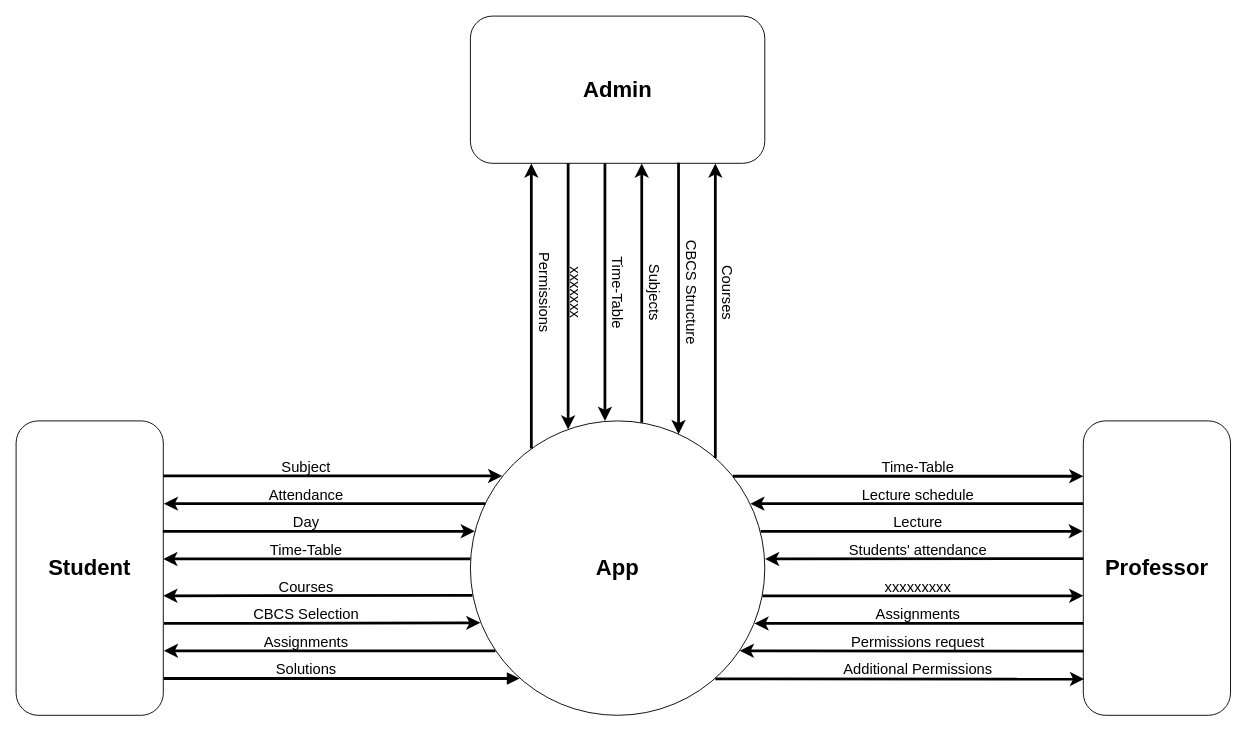
Above: page "DFD_Level_0" (6 of 6) of miscellaneous/revamp.drawio in Epic-ERP/media (draw.io), before the change. Source tidied: cells renumbered, new cells numbered last; positions are measured from the earlier drawing's top-left corner, leaving out a move shared by most shapes. Both pictures are drawn from the tidied source at 92%, with x=0, y=0 at pixel (16, 16).
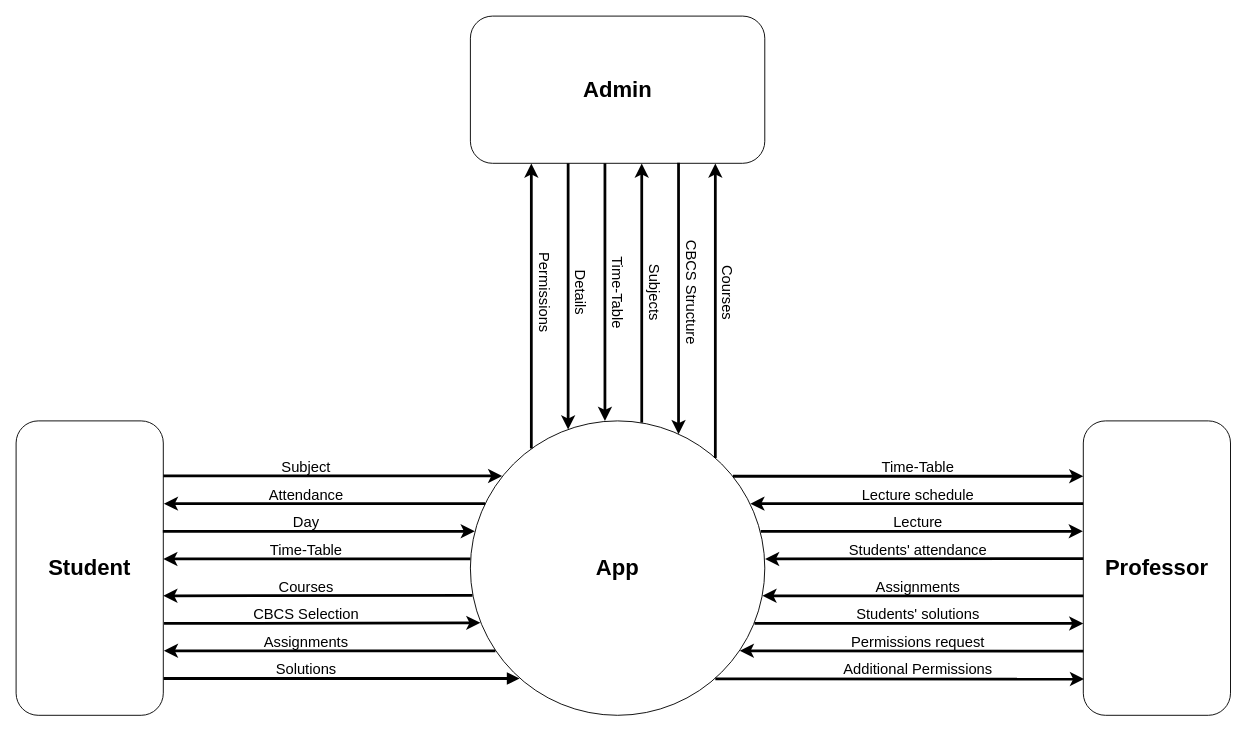
The same diagram, later.

The change refers to these unchanged cells:
```xml
<mxCell id="3" value="&lt;font style=&quot;font-size: 24px&quot;&gt;&lt;b&gt;Professor&lt;/b&gt;&lt;/font&gt;" style="rounded=1;whiteSpace=wrap;html=1;direction=south;" parent="1" vertex="1">
  <mxGeometry x="1160" y="440" width="160" height="320" as="geometry" />
</mxCell>
<mxCell id="6" value="&lt;b&gt;&lt;font style=&quot;font-size: 24px&quot;&gt;App&lt;/font&gt;&lt;/b&gt;" style="ellipse;whiteSpace=wrap;html=1;" parent="1" vertex="1">
  <mxGeometry x="493.8" y="440" width="320" height="320" as="geometry" />
</mxCell>
```

The edit, as a diff of the source:
```diff
@@
-    <mxCell id="22" style="endArrow=classic;html=1;entryX=0.594;entryY=1;entryDx=0;entryDy=0;entryPerimeter=0;exitX=0.992;exitY=0.594;exitDx=0;exitDy=0;exitPerimeter=0;strokeWidth=3;" parent="1" edge="1" source="6" target="3">
+    <mxCell id="22" style="endArrow=classic;html=1;entryX=0.992;entryY=0.594;entryDx=0;entryDy=0;entryPerimeter=0;exitX=0.594;exitY=1;exitDx=0;exitDy=0;exitPerimeter=0;strokeWidth=3;" parent="1" edge="1" source="3" target="6">
       <mxGeometry relative="1" as="geometry" />
     </mxCell>
@@
-    <mxCell id="24" style="endArrow=classic;html=1;entryX=0.965;entryY=0.688;entryDx=0;entryDy=0;entryPerimeter=0;exitX=0.688;exitY=1;exitDx=0;exitDy=0;exitPerimeter=0;strokeWidth=3;" parent="1" edge="1" source="3" target="6">
+    <mxCell id="24" style="endArrow=classic;html=1;entryX=0.688;entryY=1;entryDx=0;entryDy=0;entryPerimeter=0;exitX=0.965;exitY=0.688;exitDx=0;exitDy=0;exitPerimeter=0;strokeWidth=3;" parent="1" edge="1" source="6" target="3">
       <mxGeometry relative="1" as="geometry" />
     </mxCell>
@@
     <mxCell id="42" value="&lt;font style=&quot;font-size: 16px&quot;&gt;Assignments&lt;/font&gt;" style="text;html=1;align=center;verticalAlign=middle;" parent="1" vertex="1">
-      <mxGeometry x="925" y="640" width="110" height="20" as="geometry" />
+      <mxGeometry x="925" y="610" width="110" height="20" as="geometry" />
     </mxCell>
@@
-    <mxCell id="48" value="&lt;font style=&quot;font-size: 16px&quot;&gt;xxxxxxx&lt;br&gt;&lt;/font&gt;" style="text;html=1;align=center;verticalAlign=middle;fontSize=15;rotation=90;" parent="1" vertex="1">
-      <mxGeometry x="574" y="290" width="70" height="20" as="geometry" />
+    <mxCell id="48" value="&lt;font style=&quot;font-size: 16px&quot;&gt;Details&lt;br&gt;&lt;/font&gt;" style="text;html=1;align=center;verticalAlign=middle;fontSize=15;rotation=90;" parent="1" vertex="1">
+      <mxGeometry x="584" y="290" width="60" height="20" as="geometry" />
     </mxCell>
@@
-    <mxCell id="50" value="&lt;font style=&quot;font-size: 16px&quot;&gt;xxxxxxxxx&lt;/font&gt;" style="text;html=1;align=center;verticalAlign=middle;fontSize=16;" parent="1" vertex="1">
-      <mxGeometry x="935" y="610" width="90" height="20" as="geometry" />
+    <mxCell id="50" value="&lt;font style=&quot;font-size: 16px&quot;&gt;Students' solutions&lt;/font&gt;" style="text;html=1;align=center;verticalAlign=middle;fontSize=16;" parent="1" vertex="1">
+      <mxGeometry x="905" y="640" width="150" height="20" as="geometry" />
     </mxCell>
```
